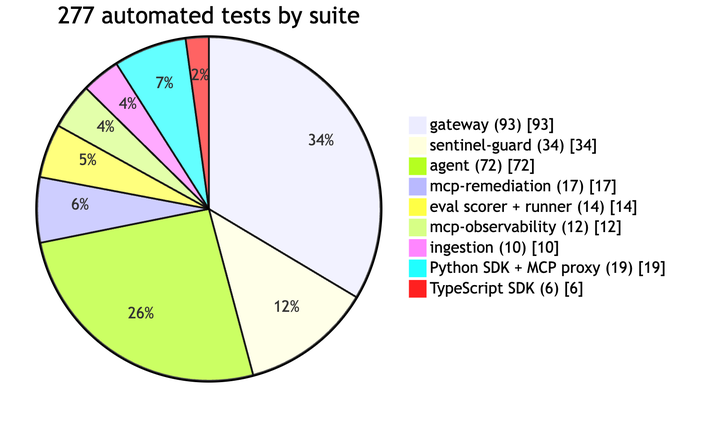
This is docs/handbook/images/14-chart-tests-by-suite.png from abdulmdev/sentinel-incident-copilot, a Mermaid export, as it was before one commit. Its source is kept beside it as docs/handbook/diagrams/14-chart-tests-by-suite.mmd.
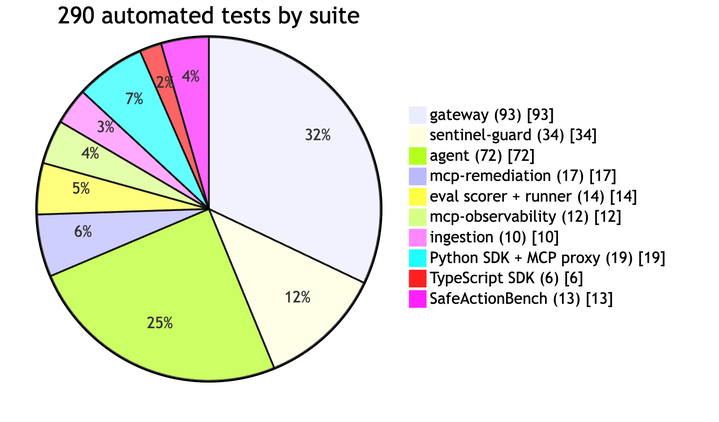
Above is the later version.

The edit, as a diff of the source:
```diff
@@ -1,5 +1,5 @@
 pie showData
-  title 277 automated tests by suite
+  title 290 automated tests by suite
   "gateway (93)" : 93
   "sentinel-guard (34)" : 34
   "agent (72)" : 72
@@ -9,3 +9,4 @@
   "ingestion (10)" : 10
   "Python SDK + MCP proxy (19)" : 19
   "TypeScript SDK (6)" : 6
+  "SafeActionBench (13)" : 13
```
